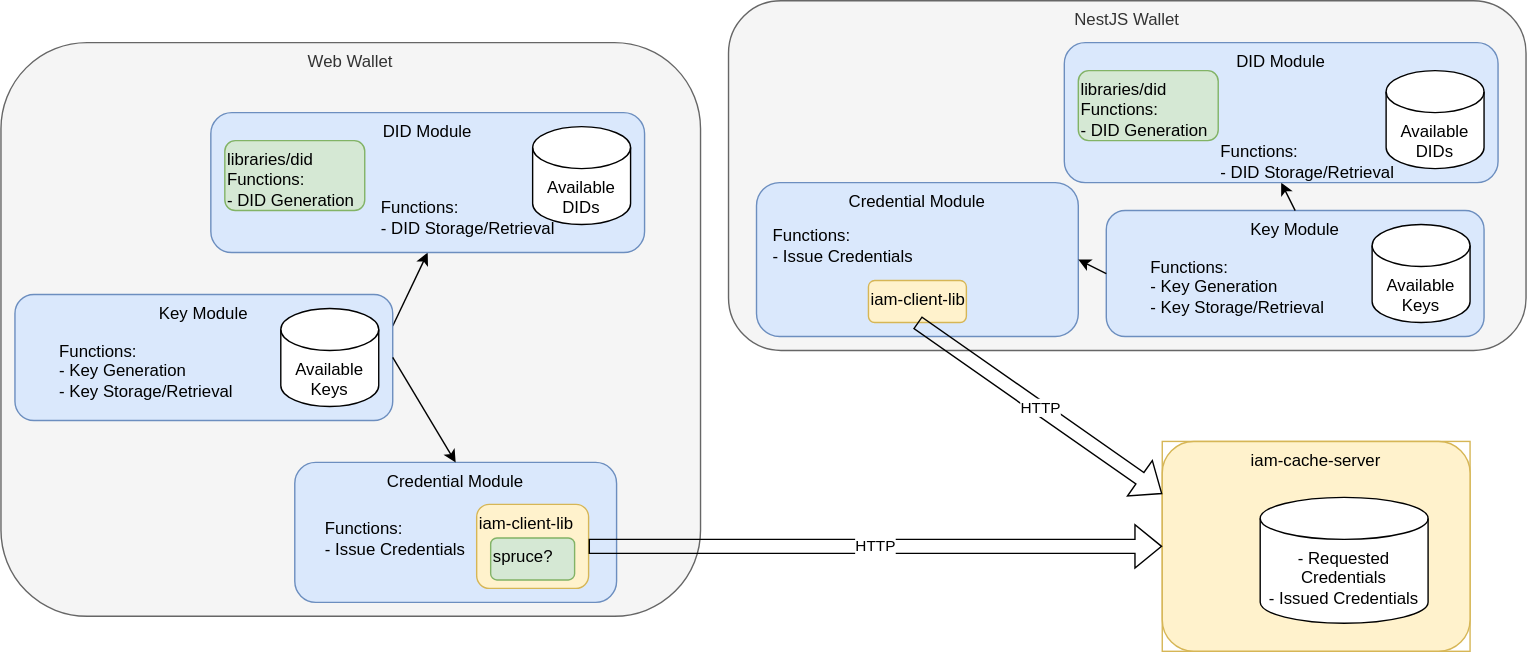
Above: ssi-wallet-architecture.drawio.svg in openwallet-foundation-labs/vc-api (draw.io), before the change. Source tidied: cells renumbered, new cells last; positions are measured from the earlier drawing's top-left corner, leaving out a move shared by most shapes. The source it was exported from:
```xml
<mxGraphModel>
  <root>
    <mxCell id="0" />
    <mxCell id="1" parent="0" />
    <mxCell id="2" value="NestJS Wallet" style="rounded=1;whiteSpace=wrap;html=1;verticalAlign=top;fillColor=#f5f5f5;fontColor=#333333;strokeColor=#666666;" parent="1" vertex="1">
      <mxGeometry x="520" width="570" height="250" as="geometry" />
    </mxCell>
    <mxCell id="3" style="group;fillColor=none;strokeColor=#d6b656;" parent="1" vertex="1">
      <mxGeometry x="830" y="315" width="220" height="150" as="geometry" />
    </mxCell>
    <mxCell id="4" value="iam-cache-server" style="rounded=1;whiteSpace=wrap;html=1;verticalAlign=top;fillColor=#fff2cc;strokeColor=#d6b656;" parent="3" vertex="1">
      <mxGeometry width="220" height="150" as="geometry" />
    </mxCell>
    <mxCell id="5" value="- Requested Credentials&lt;br&gt;- Issued Credentials" style="shape=cylinder3;whiteSpace=wrap;html=1;boundedLbl=1;backgroundOutline=1;size=15;verticalAlign=top;" parent="3" vertex="1">
      <mxGeometry x="70" y="40" width="120" height="90" as="geometry" />
    </mxCell>
    <mxCell id="6" value="Key Module" style="rounded=1;whiteSpace=wrap;html=1;verticalAlign=top;fillColor=#dae8fc;strokeColor=#6c8ebf;" parent="1" vertex="1">
      <mxGeometry x="790" y="150" width="270" height="90" as="geometry" />
    </mxCell>
    <mxCell id="7" value="Available Keys" style="shape=cylinder3;whiteSpace=wrap;html=1;boundedLbl=1;backgroundOutline=1;size=15;verticalAlign=top;" parent="1" vertex="1">
      <mxGeometry x="980" y="160" width="70" height="70" as="geometry" />
    </mxCell>
    <mxCell id="8" style="endArrow=classic;html=1;rounded=0;entryX=0.5;entryY=1;entryDx=0;entryDy=0;exitX=0.5;exitY=0;exitDx=0;exitDy=0;" parent="1" edge="1" source="6" target="30">
      <mxGeometry relative="1" as="geometry" />
    </mxCell>
    <mxCell id="9" value="Functions:&lt;br&gt;- Key Generation&lt;br&gt;- Key Storage/Retrieval" style="text;html=1;strokeColor=none;fillColor=none;align=left;verticalAlign=middle;whiteSpace=wrap;rounded=0;" parent="1" vertex="1">
      <mxGeometry x="820" y="180" width="130" height="50" as="geometry" />
    </mxCell>
    <mxCell id="10" value="Credential Module" style="rounded=1;whiteSpace=wrap;html=1;verticalAlign=top;fillColor=#dae8fc;strokeColor=#6c8ebf;" parent="1" vertex="1">
      <mxGeometry x="540" y="130" width="230" height="110" as="geometry" />
    </mxCell>
    <mxCell id="11" value="Functions:&lt;br&gt;- Issue Credentials" style="text;html=1;strokeColor=none;fillColor=none;align=left;verticalAlign=middle;whiteSpace=wrap;rounded=0;" parent="1" vertex="1">
      <mxGeometry x="550" y="150" width="150" height="50" as="geometry" />
    </mxCell>
    <mxCell id="12" value="Web Wallet" style="rounded=1;whiteSpace=wrap;html=1;verticalAlign=top;fillColor=#f5f5f5;fontColor=#333333;strokeColor=#666666;" parent="1" vertex="1">
      <mxGeometry y="30" width="500" height="410" as="geometry" />
    </mxCell>
    <mxCell id="13" style="endArrow=classic;html=1;rounded=0;entryX=0.5;entryY=1;entryDx=0;entryDy=0;exitX=1;exitY=0.25;exitDx=0;exitDy=0;" parent="1" edge="1" source="22" target="17">
      <mxGeometry relative="1" as="geometry" />
    </mxCell>
    <mxCell id="14" value="Credential Module" style="rounded=1;whiteSpace=wrap;html=1;verticalAlign=top;fillColor=#dae8fc;strokeColor=#6c8ebf;" parent="1" vertex="1">
      <mxGeometry x="210" y="330" width="230" height="100" as="geometry" />
    </mxCell>
    <mxCell id="15" value="Functions:&lt;br&gt;- Issue Credentials" style="text;html=1;strokeColor=none;fillColor=none;align=left;verticalAlign=middle;whiteSpace=wrap;rounded=0;" parent="1" vertex="1">
      <mxGeometry x="230" y="360" width="130" height="50" as="geometry" />
    </mxCell>
    <mxCell id="16" style="group;" parent="1" vertex="1">
      <mxGeometry x="190" y="80" width="270" height="100" as="geometry" />
    </mxCell>
    <mxCell id="17" value="DID Module" style="rounded=1;whiteSpace=wrap;html=1;verticalAlign=top;fillColor=#dae8fc;strokeColor=#6c8ebf;" parent="16" vertex="1">
      <mxGeometry x="-40" width="310" height="100" as="geometry" />
    </mxCell>
    <mxCell id="18" value="Available DIDs" style="shape=cylinder3;whiteSpace=wrap;html=1;boundedLbl=1;backgroundOutline=1;size=15;verticalAlign=top;" parent="16" vertex="1">
      <mxGeometry x="190" y="10" width="70" height="70" as="geometry" />
    </mxCell>
    <mxCell id="19" value="libraries/did&lt;br&gt;Functions:&lt;br&gt;- DID Generation" style="rounded=1;whiteSpace=wrap;html=1;align=left;verticalAlign=top;fillColor=#d5e8d4;strokeColor=#82b366;" parent="16" vertex="1">
      <mxGeometry x="-30" y="20" width="100" height="50" as="geometry" />
    </mxCell>
    <mxCell id="20" value="Functions:&lt;br&gt;- DID Storage/Retrieval" style="text;html=1;strokeColor=none;fillColor=none;align=left;verticalAlign=middle;whiteSpace=wrap;rounded=0;" parent="16" vertex="1">
      <mxGeometry x="80" y="50" width="130" height="50" as="geometry" />
    </mxCell>
    <mxCell id="21" style="group;" parent="1" vertex="1">
      <mxGeometry x="10" y="210" width="270" height="90" as="geometry" />
    </mxCell>
    <mxCell id="22" value="Key Module" style="rounded=1;whiteSpace=wrap;html=1;verticalAlign=top;fillColor=#dae8fc;strokeColor=#6c8ebf;" parent="21" vertex="1">
      <mxGeometry width="270" height="90" as="geometry" />
    </mxCell>
    <mxCell id="23" value="Available Keys" style="shape=cylinder3;whiteSpace=wrap;html=1;boundedLbl=1;backgroundOutline=1;size=15;verticalAlign=top;" parent="21" vertex="1">
      <mxGeometry x="190" y="10" width="70" height="70" as="geometry" />
    </mxCell>
    <mxCell id="24" value="Functions:&lt;br&gt;- Key Generation&lt;br&gt;- Key Storage/Retrieval" style="text;html=1;strokeColor=none;fillColor=none;align=left;verticalAlign=middle;whiteSpace=wrap;rounded=0;" parent="21" vertex="1">
      <mxGeometry x="30" y="30" width="130" height="50" as="geometry" />
    </mxCell>
    <mxCell id="25" value="iam-client-lib" style="rounded=1;whiteSpace=wrap;html=1;align=left;verticalAlign=top;fillColor=#fff2cc;strokeColor=#d6b656;" parent="1" vertex="1">
      <mxGeometry x="620" y="200" width="70" height="30" as="geometry" />
    </mxCell>
    <mxCell id="26" value="HTTP" style="shape=flexArrow;endArrow=classic;html=1;rounded=0;entryX=0;entryY=0.25;entryDx=0;entryDy=0;exitX=0.5;exitY=1;exitDx=0;exitDy=0;" parent="1" edge="1" source="25" target="4">
      <mxGeometry relative="1" as="geometry" />
    </mxCell>
    <mxCell id="27" value="iam-client-lib" style="rounded=1;whiteSpace=wrap;html=1;align=left;verticalAlign=top;fillColor=#fff2cc;strokeColor=#d6b656;" parent="1" vertex="1">
      <mxGeometry x="340" y="360" width="80" height="60" as="geometry" />
    </mxCell>
    <mxCell id="28" value="HTTP" style="shape=flexArrow;endArrow=classic;html=1;rounded=0;entryX=0;entryY=0.5;entryDx=0;entryDy=0;exitX=1;exitY=0.5;exitDx=0;exitDy=0;" parent="1" edge="1" source="27" target="4">
      <mxGeometry relative="1" as="geometry" />
    </mxCell>
    <mxCell id="29" style="endArrow=classic;html=1;rounded=0;entryX=0.5;entryY=0;entryDx=0;entryDy=0;exitX=1;exitY=0.5;exitDx=0;exitDy=0;" parent="1" edge="1" source="22" target="14">
      <mxGeometry relative="1" as="geometry" />
    </mxCell>
    <mxCell id="30" value="DID Module" style="rounded=1;whiteSpace=wrap;html=1;verticalAlign=top;fillColor=#dae8fc;strokeColor=#6c8ebf;" parent="1" vertex="1">
      <mxGeometry x="760" y="30" width="310" height="100" as="geometry" />
    </mxCell>
    <mxCell id="31" value="libraries/did&lt;br&gt;Functions:&lt;br&gt;- DID Generation" style="rounded=1;whiteSpace=wrap;html=1;align=left;verticalAlign=top;fillColor=#d5e8d4;strokeColor=#82b366;" parent="1" vertex="1">
      <mxGeometry x="770" y="50" width="100" height="50" as="geometry" />
    </mxCell>
    <mxCell id="32" style="endArrow=classic;html=1;rounded=0;entryX=1;entryY=0.5;entryDx=0;entryDy=0;exitX=0;exitY=0.5;exitDx=0;exitDy=0;" parent="1" edge="1" source="6" target="10">
      <mxGeometry relative="1" as="geometry" />
    </mxCell>
    <mxCell id="33" value="Available DIDs" style="shape=cylinder3;whiteSpace=wrap;html=1;boundedLbl=1;backgroundOutline=1;size=15;verticalAlign=top;" parent="1" vertex="1">
      <mxGeometry x="990" y="50" width="70" height="70" as="geometry" />
    </mxCell>
    <mxCell id="34" value="Functions:&lt;br&gt;- DID Storage/Retrieval" style="text;html=1;strokeColor=none;fillColor=none;align=left;verticalAlign=middle;whiteSpace=wrap;rounded=0;" parent="1" vertex="1">
      <mxGeometry x="870" y="90" width="130" height="50" as="geometry" />
    </mxCell>
    <mxCell id="35" value="spruce?" style="rounded=1;whiteSpace=wrap;html=1;align=left;verticalAlign=top;fillColor=#d5e8d4;strokeColor=#82b366;" parent="1" vertex="1">
      <mxGeometry x="350" y="384" width="60" height="30" as="geometry" />
    </mxCell>
  </root>
</mxGraphModel>
```
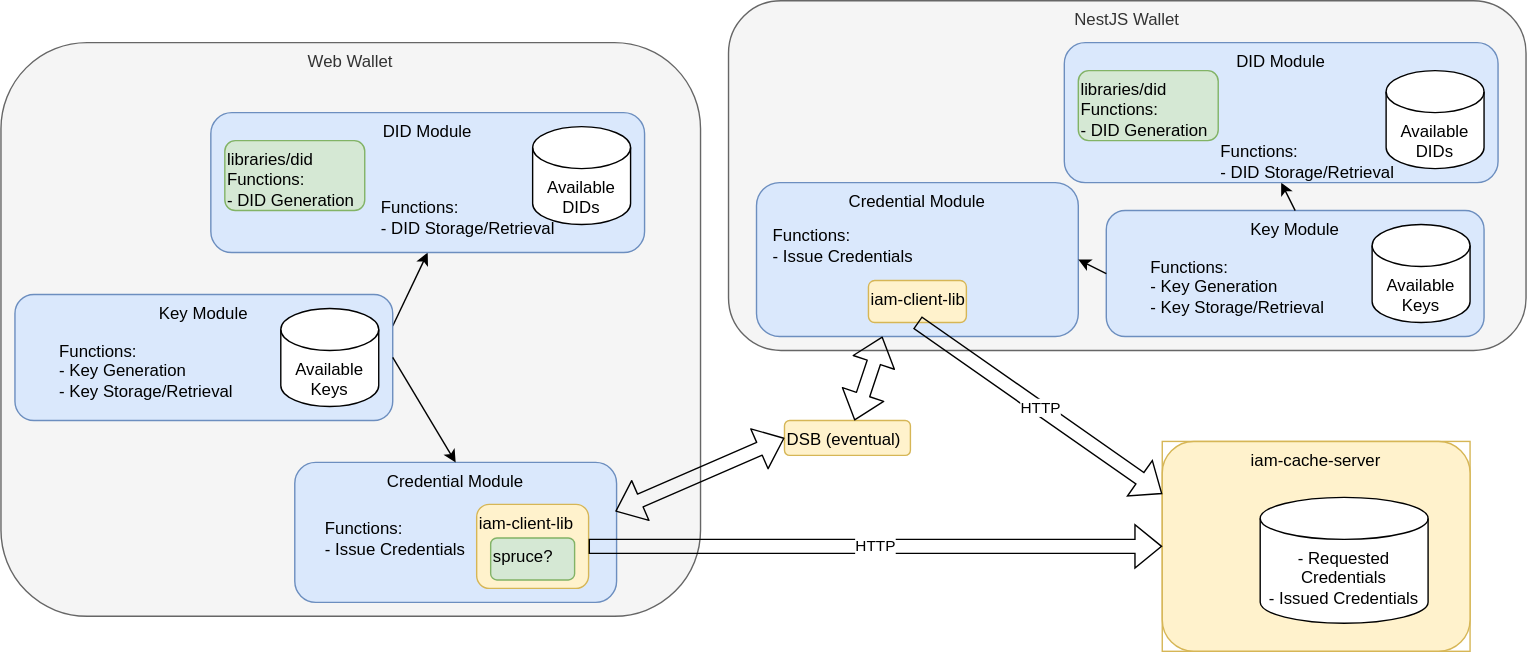
The same diagram one commit later.

Commit message:
docs(README): add DSB to arch

The edit, as a diff of the source:
```diff
@@ -104,5 +104,17 @@
     <mxCell id="35" value="spruce?" style="rounded=1;whiteSpace=wrap;html=1;align=left;verticalAlign=top;fillColor=#d5e8d4;strokeColor=#82b366;" parent="1" vertex="1">
       <mxGeometry x="350" y="384" width="60" height="30" as="geometry" />
     </mxCell>
+    <mxCell id="36" value="DSB (eventual)" style="rounded=1;whiteSpace=wrap;html=1;align=left;verticalAlign=top;fillColor=#fff2cc;strokeColor=#d6b656;" parent="1" vertex="1">
+      <mxGeometry x="560" y="300" width="90" height="25" as="geometry" />
+    </mxCell>
+    <mxCell id="37" style="shape=flexArrow;endArrow=classic;startArrow=classic;html=1;" parent="1" edge="1">
+      <mxGeometry relative="1" as="geometry">
+        <mxPoint x="610" y="300" as="sourcePoint" />
+        <mxPoint x="630" y="240" as="targetPoint" />
+      </mxGeometry>
+    </mxCell>
+    <mxCell id="38" style="shape=flexArrow;endArrow=classic;startArrow=classic;html=1;entryX=0;entryY=0.5;entryDx=0;entryDy=0;exitX=0.996;exitY=0.35;exitDx=0;exitDy=0;exitPerimeter=0;" parent="1" edge="1" source="14" target="36">
+      <mxGeometry relative="1" as="geometry" />
+    </mxCell>
   </root>
 </mxGraphModel>
```
